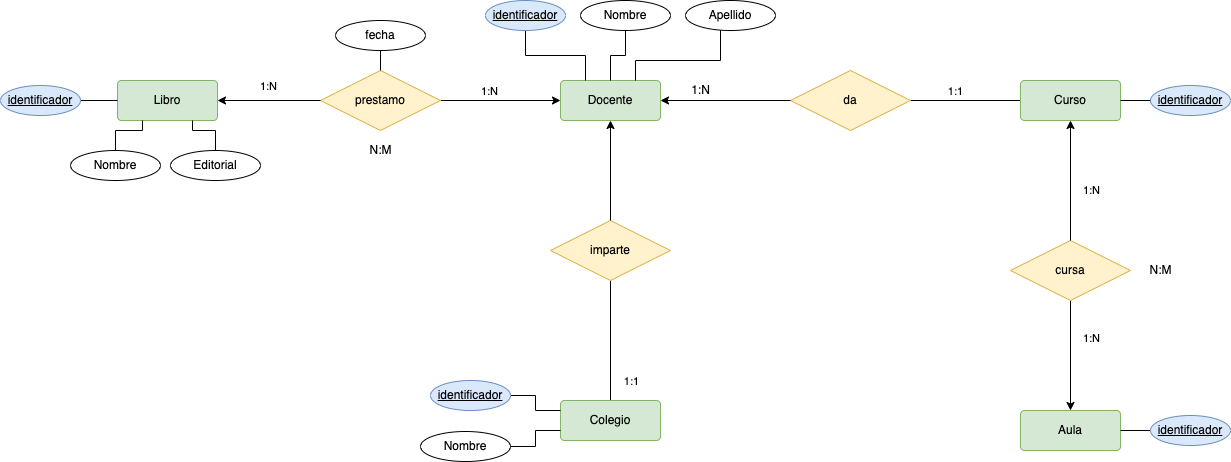
The draw.io diagram NORMALIZACION/tareas/tarea8/img/matricula-modelo.drawio.png in MoisesALH/base-datos, before a commit. Source tidied: cells renumbered, new cells last; positions are measured from the earlier drawing's top-left corner, leaving out a move shared by most shapes. Its diagram source:
```xml
<mxGraphModel>
  <root>
    <mxCell id="0" />
    <mxCell id="1" parent="0" />
    <mxCell id="2" style="edgeStyle=orthogonalEdgeStyle;rounded=0;jettySize=auto;html=1;endArrow=none;endFill=0;fontColor=#000000;strokeColor=#000000;" parent="1" edge="1" source="4" target="5">
      <mxGeometry relative="1" as="geometry" />
    </mxCell>
    <mxCell id="3" value="&lt;span style=&quot;background-color: rgb(255 , 255 , 255)&quot;&gt;1:1&lt;/span&gt;" style="edgeLabel;html=1;align=center;verticalAlign=middle;fontColor=#000000;" parent="2" vertex="1">
      <mxGeometry x="0.2" y="-3" relative="1" as="geometry">
        <mxPoint x="17" y="52" as="offset" />
      </mxGeometry>
    </mxCell>
    <mxCell id="4" value="Colegio" style="rounded=1;arcSize=10;whiteSpace=wrap;html=1;align=center;fillColor=#d5e8d4;strokeColor=#82b366;fontColor=#000000;" parent="1" vertex="1">
      <mxGeometry x="560" y="400" width="100" height="40" as="geometry" />
    </mxCell>
    <mxCell id="5" value="imparte" style="shape=rhombus;perimeter=rhombusPerimeter;whiteSpace=wrap;html=1;align=center;fillColor=#fff2cc;strokeColor=#d6b656;fontColor=#000000;" parent="1" vertex="1">
      <mxGeometry x="550" y="220" width="120" height="60" as="geometry" />
    </mxCell>
    <mxCell id="6" style="edgeStyle=none;html=1;fontColor=#000000;labelBorderColor=#000000;strokeColor=#000000;endArrow=none;endFill=0;startArrow=classic;startFill=1;exitX=0.5;exitY=1;exitDx=0;exitDy=0;entryX=0.5;entryY=0;entryDx=0;entryDy=0;" parent="1" edge="1" source="23" target="5">
      <mxGeometry relative="1" as="geometry" />
    </mxCell>
    <mxCell id="7" style="edgeStyle=orthogonalEdgeStyle;rounded=0;jettySize=auto;html=1;entryX=0;entryY=0.25;entryDx=0;entryDy=0;endArrow=none;endFill=0;" parent="1" edge="1" source="8" target="4">
      <mxGeometry relative="1" as="geometry" />
    </mxCell>
    <mxCell id="8" value="&lt;u&gt;identificador&lt;/u&gt;" style="ellipse;whiteSpace=wrap;html=1;align=center;fillColor=#dae8fc;strokeColor=#6c8ebf;" parent="1" vertex="1">
      <mxGeometry x="430" y="380" width="80" height="30" as="geometry" />
    </mxCell>
    <mxCell id="9" style="edgeStyle=orthogonalEdgeStyle;rounded=0;jettySize=auto;html=1;endArrow=none;endFill=0;fontColor=#000000;strokeColor=#000000;startArrow=classic;startFill=1;" parent="1" edge="1" source="11" target="12">
      <mxGeometry relative="1" as="geometry" />
    </mxCell>
    <mxCell id="10" value="&lt;span style=&quot;background-color: rgb(255 , 255 , 255)&quot;&gt;1:N&lt;/span&gt;" style="edgeLabel;html=1;align=center;verticalAlign=middle;fontColor=#000000;" parent="9" vertex="1">
      <mxGeometry x="0.2" y="-3" relative="1" as="geometry">
        <mxPoint x="17" y="-7" as="offset" />
      </mxGeometry>
    </mxCell>
    <mxCell id="11" value="Aula" style="rounded=1;arcSize=10;whiteSpace=wrap;html=1;align=center;fillColor=#d5e8d4;strokeColor=#82b366;fontColor=#000000;" parent="1" vertex="1">
      <mxGeometry x="1020" y="410" width="100" height="40" as="geometry" />
    </mxCell>
    <mxCell id="12" value="cursa" style="shape=rhombus;perimeter=rhombusPerimeter;whiteSpace=wrap;html=1;align=center;fillColor=#fff2cc;strokeColor=#d6b656;fontColor=#000000;" parent="1" vertex="1">
      <mxGeometry x="1010" y="240" width="120" height="60" as="geometry" />
    </mxCell>
    <mxCell id="13" style="edgeStyle=none;html=1;fontColor=#000000;labelBorderColor=#000000;strokeColor=#000000;endArrow=none;endFill=0;startArrow=classic;startFill=1;exitX=0.5;exitY=1;exitDx=0;exitDy=0;entryX=0.5;entryY=0;entryDx=0;entryDy=0;" parent="1" edge="1" source="20" target="12">
      <mxGeometry relative="1" as="geometry" />
    </mxCell>
    <mxCell id="14" value="1:N" style="edgeLabel;html=1;align=center;verticalAlign=middle;" parent="13" vertex="1">
      <mxGeometry x="0.14" y="3" relative="1" as="geometry">
        <mxPoint x="17" as="offset" />
      </mxGeometry>
    </mxCell>
    <mxCell id="15" style="edgeStyle=none;html=1;entryX=1;entryY=0.5;entryDx=0;entryDy=0;labelBorderColor=#000000;fontColor=#000000;endArrow=none;endFill=0;strokeColor=#000000;" parent="1" edge="1" source="16" target="11">
      <mxGeometry relative="1" as="geometry" />
    </mxCell>
    <mxCell id="16" value="&lt;u&gt;identificador&lt;/u&gt;" style="ellipse;whiteSpace=wrap;html=1;align=center;fillColor=#dae8fc;strokeColor=#6c8ebf;" parent="1" vertex="1">
      <mxGeometry x="1150" y="415" width="80" height="30" as="geometry" />
    </mxCell>
    <mxCell id="17" value="N:M" style="text;html=1;align=center;verticalAlign=middle;strokeColor=none;fillColor=none;fontColor=#000000;" parent="1" vertex="1">
      <mxGeometry x="1140" y="260" width="40" height="20" as="geometry" />
    </mxCell>
    <mxCell id="18" style="edgeStyle=orthogonalEdgeStyle;rounded=0;jettySize=auto;html=1;endArrow=none;endFill=0;fontColor=#000000;strokeColor=#000000;" parent="1" edge="1" source="20" target="21">
      <mxGeometry relative="1" as="geometry" />
    </mxCell>
    <mxCell id="19" value="&lt;span style=&quot;background-color: rgb(255 , 255 , 255)&quot;&gt;1:1&lt;/span&gt;" style="edgeLabel;html=1;align=center;verticalAlign=middle;fontColor=#000000;" parent="18" vertex="1">
      <mxGeometry x="0.2" y="-3" relative="1" as="geometry">
        <mxPoint y="-7" as="offset" />
      </mxGeometry>
    </mxCell>
    <mxCell id="20" value="Curso" style="rounded=1;arcSize=10;whiteSpace=wrap;html=1;align=center;fillColor=#d5e8d4;strokeColor=#82b366;fontColor=#000000;" parent="1" vertex="1">
      <mxGeometry x="1020" y="80" width="100" height="40" as="geometry" />
    </mxCell>
    <mxCell id="21" value="da" style="shape=rhombus;perimeter=rhombusPerimeter;whiteSpace=wrap;html=1;align=center;fillColor=#fff2cc;strokeColor=#d6b656;fontColor=#000000;" parent="1" vertex="1">
      <mxGeometry x="790" y="70" width="120" height="60" as="geometry" />
    </mxCell>
    <mxCell id="22" style="edgeStyle=none;html=1;fontColor=#000000;labelBorderColor=#000000;strokeColor=#000000;endArrow=none;endFill=0;startArrow=classic;startFill=1;" parent="1" edge="1" source="23">
      <mxGeometry relative="1" as="geometry">
        <mxPoint x="790" y="100" as="targetPoint" />
      </mxGeometry>
    </mxCell>
    <mxCell id="23" value="Docente" style="rounded=1;arcSize=10;whiteSpace=wrap;html=1;align=center;fillColor=#d5e8d4;strokeColor=#82b366;fontColor=#000000;" parent="1" vertex="1">
      <mxGeometry x="560" y="80" width="100" height="40" as="geometry" />
    </mxCell>
    <mxCell id="24" style="edgeStyle=orthogonalEdgeStyle;rounded=0;jettySize=auto;html=1;entryX=0.25;entryY=0;entryDx=0;entryDy=0;endArrow=none;endFill=0;" parent="1" edge="1" source="25" target="23">
      <mxGeometry relative="1" as="geometry" />
    </mxCell>
    <mxCell id="25" value="&lt;u&gt;identificador&lt;/u&gt;" style="ellipse;whiteSpace=wrap;html=1;align=center;fillColor=#dae8fc;strokeColor=#6c8ebf;" parent="1" vertex="1">
      <mxGeometry x="485" width="80" height="30" as="geometry" />
    </mxCell>
    <mxCell id="26" style="edgeStyle=none;html=1;entryX=1;entryY=0.5;entryDx=0;entryDy=0;labelBorderColor=#000000;fontColor=#000000;endArrow=none;endFill=0;strokeColor=#000000;" parent="1" edge="1" source="27" target="20">
      <mxGeometry relative="1" as="geometry" />
    </mxCell>
    <mxCell id="27" value="&lt;u&gt;identificador&lt;/u&gt;" style="ellipse;whiteSpace=wrap;html=1;align=center;fillColor=#dae8fc;strokeColor=#6c8ebf;" parent="1" vertex="1">
      <mxGeometry x="1150" y="85" width="80" height="30" as="geometry" />
    </mxCell>
    <mxCell id="28" value="1:N" style="text;html=1;align=center;verticalAlign=middle;strokeColor=none;fillColor=none;fontColor=#000000;" parent="1" vertex="1">
      <mxGeometry x="685" y="80" width="30" height="20" as="geometry" />
    </mxCell>
    <mxCell id="29" style="edgeStyle=orthogonalEdgeStyle;rounded=0;jettySize=auto;html=1;entryX=0.5;entryY=0;entryDx=0;entryDy=0;endArrow=none;endFill=0;" parent="1" edge="1" source="30" target="23">
      <mxGeometry relative="1" as="geometry" />
    </mxCell>
    <mxCell id="30" value="&lt;font color=&quot;#000000&quot;&gt;Nombre&lt;/font&gt;" style="ellipse;whiteSpace=wrap;html=1;align=center;labelBackgroundColor=#FFFFFF;" parent="1" vertex="1">
      <mxGeometry x="580" width="90" height="30" as="geometry" />
    </mxCell>
    <mxCell id="31" style="edgeStyle=orthogonalEdgeStyle;rounded=0;jettySize=auto;html=1;entryX=0.75;entryY=0;entryDx=0;entryDy=0;endArrow=none;endFill=0;" parent="1" edge="1" source="32" target="23">
      <mxGeometry relative="1" as="geometry">
        <Array as="points">
          <mxPoint x="720" y="60" />
          <mxPoint x="635" y="60" />
        </Array>
      </mxGeometry>
    </mxCell>
    <mxCell id="32" value="&lt;font color=&quot;#000000&quot;&gt;Apellido&lt;/font&gt;" style="ellipse;whiteSpace=wrap;html=1;align=center;labelBackgroundColor=#FFFFFF;" parent="1" vertex="1">
      <mxGeometry x="685" width="90" height="30" as="geometry" />
    </mxCell>
    <mxCell id="33" style="edgeStyle=orthogonalEdgeStyle;rounded=0;jettySize=auto;html=1;entryX=0;entryY=0.75;entryDx=0;entryDy=0;endArrow=none;endFill=0;" parent="1" edge="1" source="34" target="4">
      <mxGeometry relative="1" as="geometry" />
    </mxCell>
    <mxCell id="34" value="&lt;font color=&quot;#000000&quot;&gt;Nombre&lt;/font&gt;" style="ellipse;whiteSpace=wrap;html=1;align=center;labelBackgroundColor=#FFFFFF;" parent="1" vertex="1">
      <mxGeometry x="420" y="431" width="90" height="30" as="geometry" />
    </mxCell>
    <mxCell id="35" style="edgeStyle=orthogonalEdgeStyle;rounded=0;jettySize=auto;html=1;endArrow=none;endFill=0;fontColor=#000000;strokeColor=#000000;exitX=0;exitY=0.5;exitDx=0;exitDy=0;startArrow=classic;startFill=1;" parent="1" edge="1" source="23" target="37">
      <mxGeometry relative="1" as="geometry" />
    </mxCell>
    <mxCell id="36" value="&lt;span style=&quot;background-color: rgb(255 , 255 , 255)&quot;&gt;1:N&lt;/span&gt;" style="edgeLabel;html=1;align=center;verticalAlign=middle;fontColor=#000000;" parent="35" vertex="1">
      <mxGeometry x="0.2" y="-3" relative="1" as="geometry">
        <mxPoint y="-7" as="offset" />
      </mxGeometry>
    </mxCell>
    <mxCell id="37" value="prestamo" style="shape=rhombus;perimeter=rhombusPerimeter;whiteSpace=wrap;html=1;align=center;fillColor=#fff2cc;strokeColor=#d6b656;fontColor=#000000;" parent="1" vertex="1">
      <mxGeometry x="320" y="70" width="120" height="60" as="geometry" />
    </mxCell>
    <mxCell id="38" style="edgeStyle=none;html=1;fontColor=#000000;labelBorderColor=#000000;strokeColor=#000000;endArrow=none;endFill=0;startArrow=classic;startFill=1;entryX=0;entryY=0.5;entryDx=0;entryDy=0;exitX=1;exitY=0.5;exitDx=0;exitDy=0;" parent="1" edge="1" source="40" target="37">
      <mxGeometry relative="1" as="geometry" />
    </mxCell>
    <mxCell id="39" value="1:N" style="edgeLabel;html=1;align=center;verticalAlign=middle;" parent="38" vertex="1">
      <mxGeometry x="0.32" y="3" relative="1" as="geometry">
        <mxPoint x="-18" y="-12" as="offset" />
      </mxGeometry>
    </mxCell>
    <mxCell id="40" value="Libro" style="rounded=1;arcSize=10;whiteSpace=wrap;html=1;align=center;fillColor=#d5e8d4;strokeColor=#82b366;fontColor=#000000;" parent="1" vertex="1">
      <mxGeometry x="117" y="80" width="100" height="40" as="geometry" />
    </mxCell>
    <mxCell id="41" style="edgeStyle=orthogonalEdgeStyle;rounded=0;jettySize=auto;html=1;entryX=0;entryY=0.5;entryDx=0;entryDy=0;endArrow=none;endFill=0;" parent="1" edge="1" source="42" target="40">
      <mxGeometry relative="1" as="geometry" />
    </mxCell>
    <mxCell id="42" value="&lt;u&gt;identificador&lt;/u&gt;" style="ellipse;whiteSpace=wrap;html=1;align=center;fillColor=#dae8fc;strokeColor=#6c8ebf;" parent="1" vertex="1">
      <mxGeometry y="85" width="80" height="30" as="geometry" />
    </mxCell>
    <mxCell id="43" value="N:M" style="text;html=1;align=center;verticalAlign=middle;strokeColor=none;fillColor=none;fontColor=#000000;" parent="1" vertex="1">
      <mxGeometry x="360" y="140" width="40" height="20" as="geometry" />
    </mxCell>
    <mxCell id="44" style="edgeStyle=orthogonalEdgeStyle;rounded=0;jettySize=auto;html=1;entryX=0.25;entryY=1;entryDx=0;entryDy=0;endArrow=none;endFill=0;" parent="1" edge="1" source="45" target="40">
      <mxGeometry relative="1" as="geometry" />
    </mxCell>
    <mxCell id="45" value="&lt;font color=&quot;#000000&quot;&gt;Nombre&lt;/font&gt;" style="ellipse;whiteSpace=wrap;html=1;align=center;labelBackgroundColor=#FFFFFF;" parent="1" vertex="1">
      <mxGeometry x="70" y="150" width="90" height="30" as="geometry" />
    </mxCell>
    <mxCell id="46" style="edgeStyle=orthogonalEdgeStyle;rounded=0;jettySize=auto;html=1;entryX=0.75;entryY=1;entryDx=0;entryDy=0;endArrow=none;endFill=0;" parent="1" edge="1" source="47" target="40">
      <mxGeometry relative="1" as="geometry" />
    </mxCell>
    <mxCell id="47" value="&lt;font color=&quot;#000000&quot;&gt;Editorial&lt;/font&gt;" style="ellipse;whiteSpace=wrap;html=1;align=center;labelBackgroundColor=#FFFFFF;" parent="1" vertex="1">
      <mxGeometry x="170" y="150" width="90" height="30" as="geometry" />
    </mxCell>
    <mxCell id="48" style="edgeStyle=none;html=1;entryX=0.5;entryY=0;entryDx=0;entryDy=0;labelBorderColor=#000000;fontColor=#000000;startArrow=none;startFill=0;endArrow=none;endFill=0;strokeColor=#000000;" parent="1" edge="1" source="49" target="37">
      <mxGeometry relative="1" as="geometry" />
    </mxCell>
    <mxCell id="49" value="&lt;font color=&quot;#000000&quot;&gt;fecha&lt;/font&gt;" style="ellipse;whiteSpace=wrap;html=1;align=center;labelBackgroundColor=#FFFFFF;" parent="1" vertex="1">
      <mxGeometry x="335" y="20" width="90" height="30" as="geometry" />
    </mxCell>
  </root>
</mxGraphModel>
```
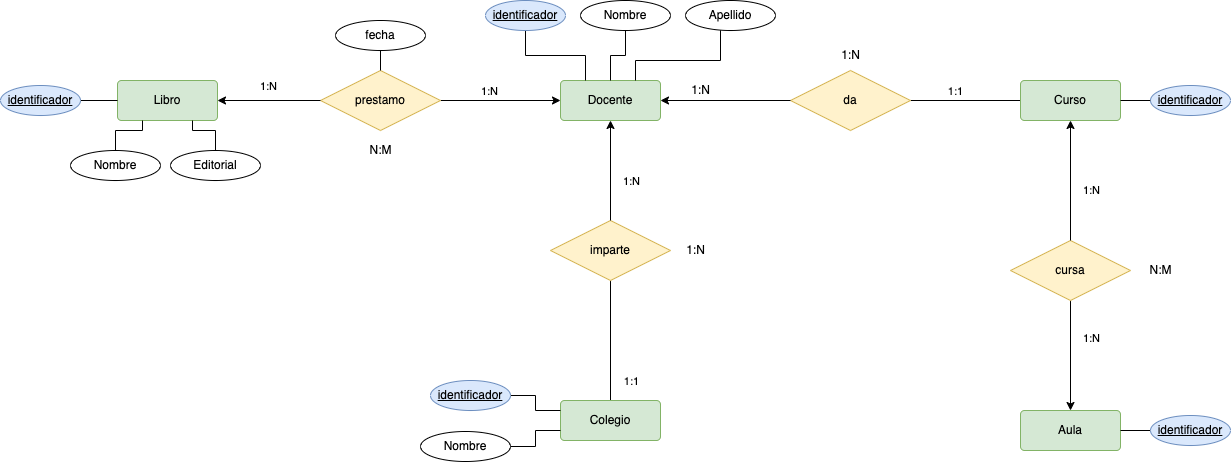
The same diagram one commit later.

Diff of the diagram source:
```diff
@@ -19,6 +19,11 @@
     <mxCell id="6" style="edgeStyle=none;html=1;fontColor=#000000;labelBorderColor=#000000;strokeColor=#000000;endArrow=none;endFill=0;startArrow=classic;startFill=1;exitX=0.5;exitY=1;exitDx=0;exitDy=0;entryX=0.5;entryY=0;entryDx=0;entryDy=0;" parent="1" edge="1" source="23" target="5">
       <mxGeometry relative="1" as="geometry" />
     </mxCell>
+    <mxCell id="50" value="1:N" style="edgeLabel;html=1;align=center;verticalAlign=middle;" parent="6" vertex="1">
+      <mxGeometry x="0.22" y="1" relative="1" as="geometry">
+        <mxPoint x="19" y="-1" as="offset" />
+      </mxGeometry>
+    </mxCell>
     <mxCell id="7" style="edgeStyle=orthogonalEdgeStyle;rounded=0;jettySize=auto;html=1;entryX=0;entryY=0.25;entryDx=0;entryDy=0;endArrow=none;endFill=0;" parent="1" edge="1" source="8" target="4">
       <mxGeometry relative="1" as="geometry" />
     </mxCell>
@@ -165,5 +170,11 @@
     <mxCell id="49" value="&lt;font color=&quot;#000000&quot;&gt;fecha&lt;/font&gt;" style="ellipse;whiteSpace=wrap;html=1;align=center;labelBackgroundColor=#FFFFFF;" parent="1" vertex="1">
       <mxGeometry x="335" y="20" width="90" height="30" as="geometry" />
     </mxCell>
+    <mxCell id="51" value="1:N" style="text;html=1;align=center;verticalAlign=middle;strokeColor=none;fillColor=none;" parent="1" vertex="1">
+      <mxGeometry x="675" y="235" width="40" height="30" as="geometry" />
+    </mxCell>
+    <mxCell id="52" value="1:N" style="text;html=1;align=center;verticalAlign=middle;strokeColor=none;fillColor=none;" parent="1" vertex="1">
+      <mxGeometry x="830" y="40" width="40" height="30" as="geometry" />
+    </mxCell>
   </root>
 </mxGraphModel>
```
